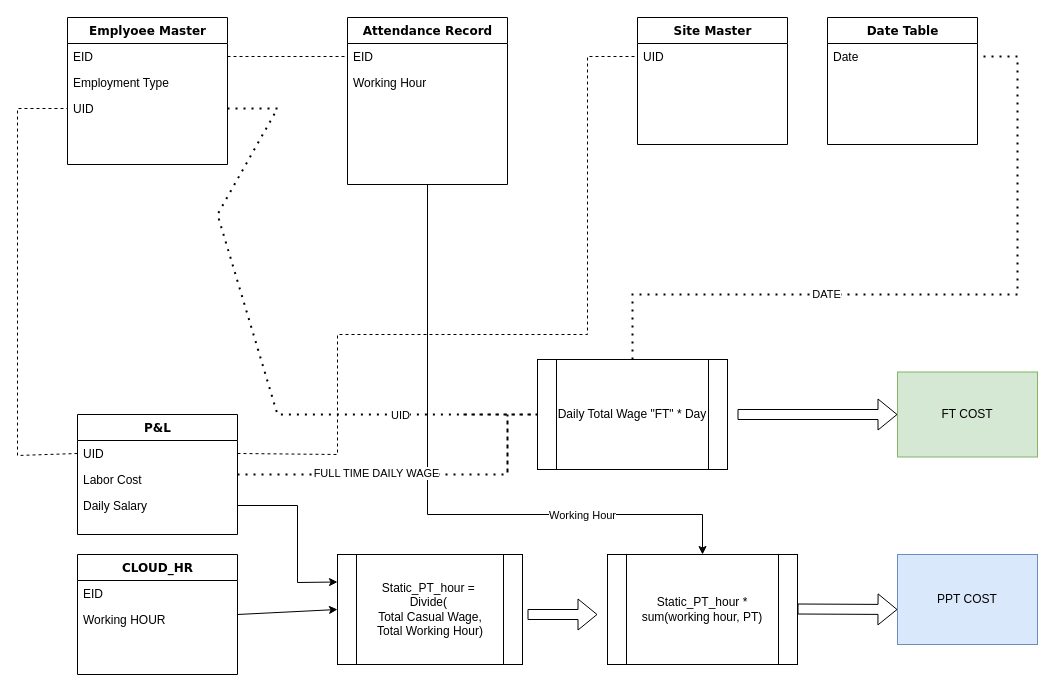
Earlier version of the draw.io diagram Untitled Diagram.drawio (lolanto-ds/littletoolpg). Source tidied: cells renumbered, new cells numbered last; positions are measured from the earlier drawing's top-left corner, leaving out a move shared by most shapes. Both pictures are drawn from the tidied source at 100%, with x=0, y=0 at pixel (17, 17).
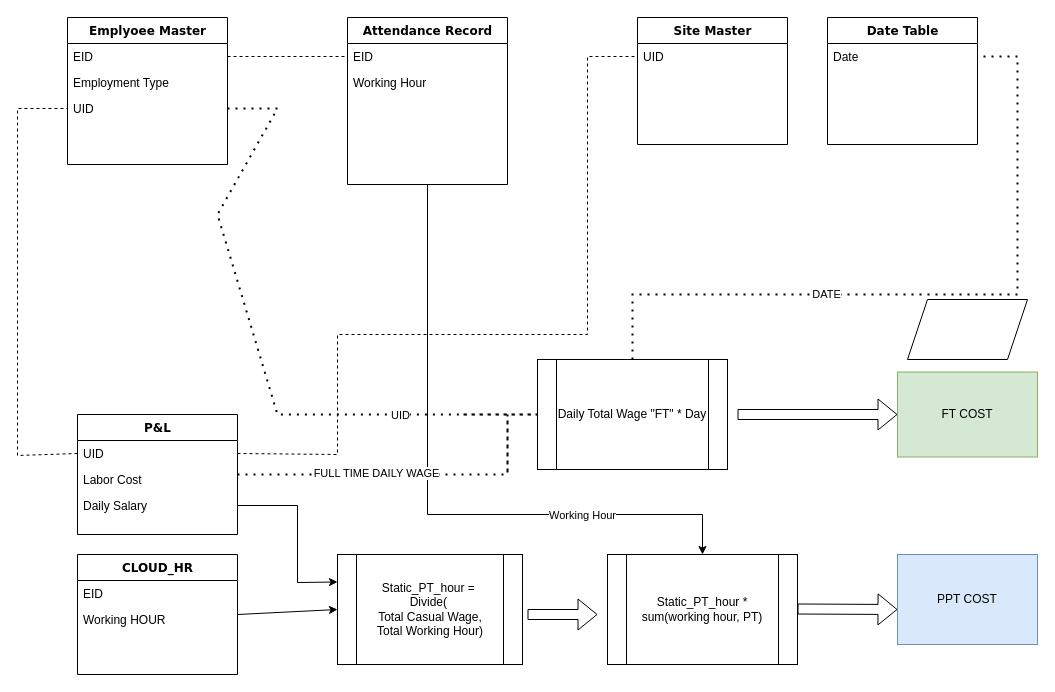
The same diagram, later.

Diff of the diagram source:
```diff
@@
+    <mxCell id="42" style="shape=parallelogram;perimeter=parallelogramPerimeter;whiteSpace=wrap;html=1;fixedSize=1;" parent="1" vertex="1">
+      <mxGeometry x="890" y="282" width="120" height="60" as="geometry" />
+    </mxCell>
```
